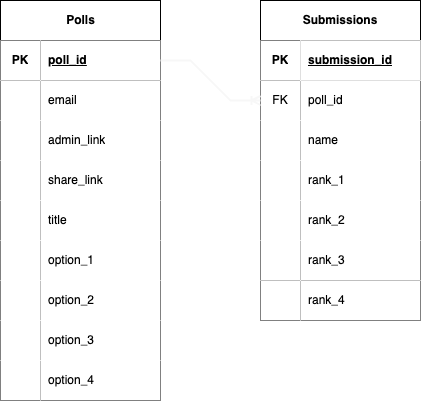
Earlier version of the draw.io export db/ERD/decisionMakerERD.drawio.png (nicoayamen/Decision_Maker). Source tidied: cells renumbered, new cells last; positions are measured from the earlier drawing's top-left corner, leaving out a move shared by most shapes.
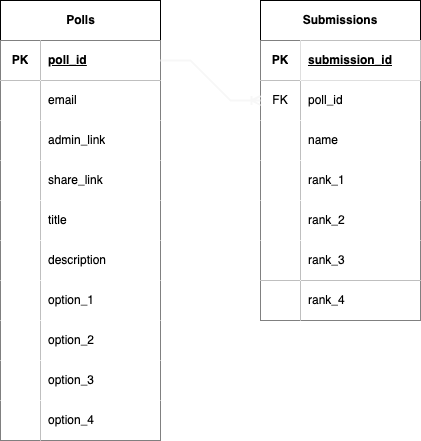
The same file after the commit.

Commit message:
edit ERD to include description in polls table

Diff of the diagram source:
```diff
@@ -69,7 +69,7 @@
       <mxGeometry x="40" width="120" height="40" as="geometry" />
     </mxCell>
     <mxCell id="24" value="Polls" style="shape=table;startSize=40;rowLines=0;fontStyle=1;align=center;html=1;" parent="1" vertex="1">
-      <mxGeometry width="160" height="400" as="geometry" />
+      <mxGeometry width="160" height="440" as="geometry" />
     </mxCell>
     <mxCell id="25" style="shape=tableRow;horizontal=0;startSize=0;swimlaneHead=0;swimlaneBody=0;fillColor=none;points=[[0,0.5],[1,0.5]];portConstraint=eastwest;top=0;left=0;right=0;bottom=1;" parent="24" vertex="1">
       <mxGeometry y="40" width="160" height="40" as="geometry" />
@@ -122,7 +122,7 @@
     <mxCell id="41" style="shape=partialRectangle;top=0;left=0;bottom=0;right=0;overflow=hidden;whiteSpace=wrap;html=1;" parent="40" vertex="1">
       <mxGeometry width="40" height="40" as="geometry" />
     </mxCell>
-    <mxCell id="42" value="option_1" style="shape=partialRectangle;top=0;left=0;bottom=0;right=0;align=left;spacingLeft=6;overflow=hidden;whiteSpace=wrap;html=1;" parent="40" vertex="1">
+    <mxCell id="42" value="description" style="shape=partialRectangle;top=0;left=0;bottom=0;right=0;align=left;spacingLeft=6;overflow=hidden;whiteSpace=wrap;html=1;" parent="40" vertex="1">
       <mxGeometry x="40" width="120" height="40" as="geometry" />
     </mxCell>
     <mxCell id="43" style="shape=tableRow;horizontal=0;startSize=0;swimlaneHead=0;swimlaneBody=0;fillColor=none;top=0;left=0;right=0;bottom=0;" parent="24" vertex="1">
@@ -131,7 +131,7 @@
     <mxCell id="44" style="shape=partialRectangle;top=0;left=0;bottom=0;right=0;overflow=hidden;whiteSpace=wrap;html=1;" parent="43" vertex="1">
       <mxGeometry width="40" height="40" as="geometry" />
     </mxCell>
-    <mxCell id="45" value="option_2" style="shape=partialRectangle;top=0;left=0;bottom=0;right=0;align=left;spacingLeft=6;overflow=hidden;whiteSpace=wrap;html=1;" parent="43" vertex="1">
+    <mxCell id="45" value="option_1" style="shape=partialRectangle;top=0;left=0;bottom=0;right=0;align=left;spacingLeft=6;overflow=hidden;whiteSpace=wrap;html=1;" parent="43" vertex="1">
       <mxGeometry x="40" width="120" height="40" as="geometry" />
     </mxCell>
     <mxCell id="46" style="shape=tableRow;horizontal=0;startSize=0;swimlaneHead=0;swimlaneBody=0;fillColor=none;top=0;left=0;right=0;bottom=0;" parent="24" vertex="1">
@@ -140,7 +140,7 @@
     <mxCell id="47" style="shape=partialRectangle;top=0;left=0;bottom=0;right=0;overflow=hidden;whiteSpace=wrap;html=1;" parent="46" vertex="1">
       <mxGeometry width="40" height="40" as="geometry" />
     </mxCell>
-    <mxCell id="48" value="option_3" style="shape=partialRectangle;top=0;left=0;bottom=0;right=0;align=left;spacingLeft=6;overflow=hidden;whiteSpace=wrap;html=1;" parent="46" vertex="1">
+    <mxCell id="48" value="option_2" style="shape=partialRectangle;top=0;left=0;bottom=0;right=0;align=left;spacingLeft=6;overflow=hidden;whiteSpace=wrap;html=1;" parent="46" vertex="1">
       <mxGeometry x="40" width="120" height="40" as="geometry" />
     </mxCell>
     <mxCell id="49" style="shape=tableRow;horizontal=0;startSize=0;swimlaneHead=0;swimlaneBody=0;fillColor=none;top=0;left=0;right=0;bottom=0;" parent="24" vertex="1">
@@ -149,9 +149,18 @@
     <mxCell id="50" style="shape=partialRectangle;top=0;left=0;bottom=0;right=0;overflow=hidden;whiteSpace=wrap;html=1;" parent="49" vertex="1">
       <mxGeometry width="40" height="40" as="geometry" />
     </mxCell>
-    <mxCell id="51" value="option_4" style="shape=partialRectangle;top=0;left=0;bottom=0;right=0;align=left;spacingLeft=6;overflow=hidden;whiteSpace=wrap;html=1;" parent="49" vertex="1">
+    <mxCell id="51" value="option_3" style="shape=partialRectangle;top=0;left=0;bottom=0;right=0;align=left;spacingLeft=6;overflow=hidden;whiteSpace=wrap;html=1;" parent="49" vertex="1">
       <mxGeometry x="40" width="120" height="40" as="geometry" />
     </mxCell>
+    <mxCell id="54" style="shape=tableRow;horizontal=0;startSize=0;swimlaneHead=0;swimlaneBody=0;fillColor=none;top=0;left=0;right=0;bottom=0;" parent="24" vertex="1">
+      <mxGeometry y="400" width="160" height="40" as="geometry" />
+    </mxCell>
+    <mxCell id="55" style="shape=partialRectangle;top=0;left=0;bottom=0;right=0;overflow=hidden;whiteSpace=wrap;html=1;" parent="54" vertex="1">
+      <mxGeometry width="40" height="40" as="geometry" />
+    </mxCell>
+    <mxCell id="56" value="option_4" style="shape=partialRectangle;top=0;left=0;bottom=0;right=0;align=left;spacingLeft=6;overflow=hidden;whiteSpace=wrap;html=1;" parent="54" vertex="1">
+      <mxGeometry x="40" width="120" height="40" as="geometry" />
+    </mxCell>
     <mxCell id="52" style="edgeStyle=entityRelationEdgeStyle;fontSize=12;html=1;endArrow=ERoneToMany;rounded=0;exitX=1;exitY=0.5;exitDx=0;exitDy=0;strokeColor=#F7F7F7;strokeWidth=2;" parent="1" edge="1" source="25" target="6">
       <mxGeometry relative="1" as="geometry">
         <Array as="points">
```
